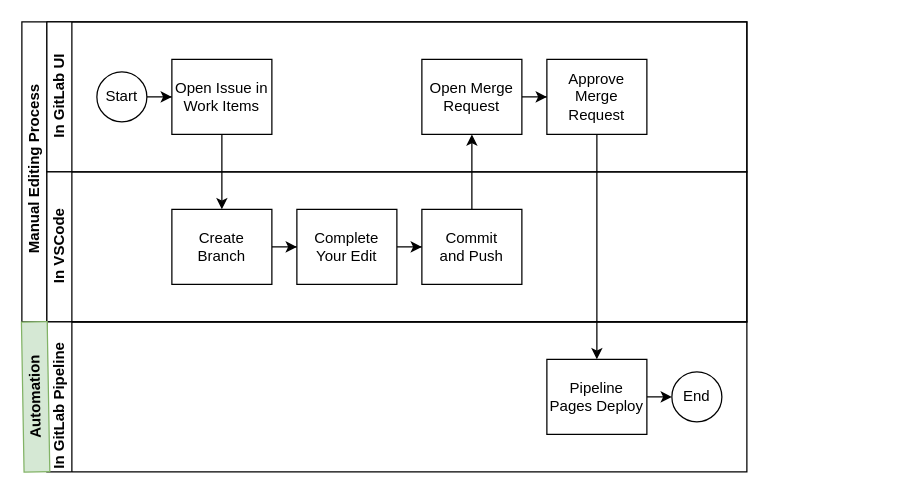
This is tools/documentation-diagrams/edit-process.drawio from buckwem/prodockit-userguide, a draw.io file, before an edit. Source tidied: cells renumbered, new cells numbered last; positions are measured from the earlier drawing's top-left corner, leaving out a move shared by most shapes. Both pictures are drawn from the tidied source at 125%, with x=0, y=0 at pixel (-40, 21).
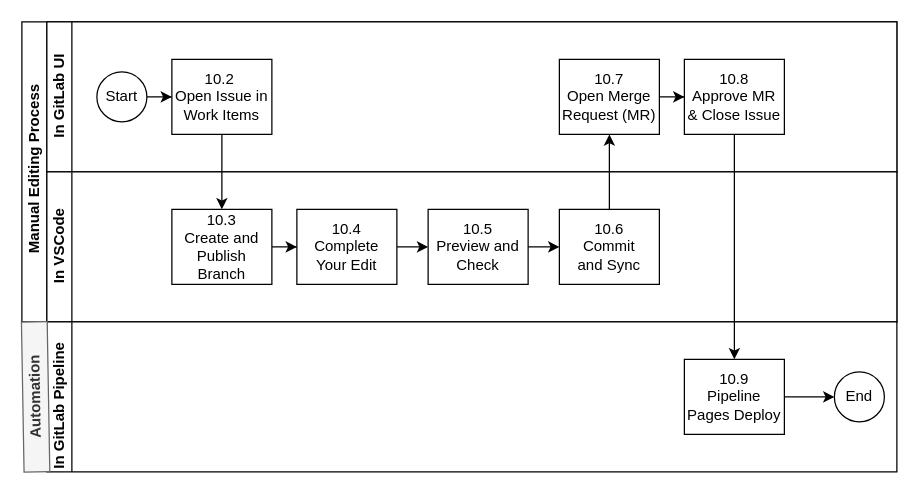
The same diagram, later.

Commit message (it also covers changes not shown here):
Reorganise Edit guide and refresh Figure 10.1 (#241)

Diff of the diagram source:
```diff
@@
     <mxCell id="2" value="&amp;nbsp;Manual Editing Process" style="swimlane;html=1;horizontal=0;startSize=20;fillStyle=solid;" parent="1" vertex="1">
-      <mxGeometry x="49" width="580" height="240" as="geometry" />
+      <mxGeometry x="49" width="700" height="240" as="geometry" />
     </mxCell>
-    <mxCell id="3" value="In GitLab UI" style="swimlane;html=1;startSize=20;horizontal=0;fillStyle=solid;" parent="2" vertex="1">
-      <mxGeometry x="20" width="560" height="120" as="geometry" />
+    <mxCell id="3" value="In GitLab UI" style="swimlane;html=1;startSize=20;horizontal=0;fillStyle=solid;swimlaneFillColor=default;" parent="2" vertex="1">
+      <mxGeometry x="20" width="680" height="120" as="geometry" />
     </mxCell>
@@
-    <mxCell id="6" value="Open Issue in Work Items" style="rounded=0;whiteSpace=wrap;html=1;fontFamily=Helvetica;fontSize=12;fontColor=#000000;align=center;" parent="3" vertex="1">
+    <mxCell id="6" value="10.2&amp;nbsp;&lt;div&gt;Open Issue in Work Items&lt;/div&gt;" style="rounded=0;whiteSpace=wrap;html=1;fontFamily=Helvetica;fontSize=12;fontColor=#000000;align=center;" parent="3" vertex="1">
       <mxGeometry x="100" y="30" width="80" height="60" as="geometry" />
     </mxCell>
@@
-    <mxCell id="8" value="Open Merge Request" style="rounded=0;whiteSpace=wrap;html=1;fontFamily=Helvetica;fontSize=12;fontColor=#000000;align=center;" parent="3" vertex="1">
-      <mxGeometry x="300" y="30" width="80" height="60" as="geometry" />
+    <mxCell id="8" value="10.7&lt;br&gt;Open Merge Request (MR)" style="rounded=0;whiteSpace=wrap;html=1;fontFamily=Helvetica;fontSize=12;fontColor=#000000;align=center;" parent="3" vertex="1">
+      <mxGeometry x="410" y="30" width="80" height="60" as="geometry" />
     </mxCell>
-    <mxCell id="9" value="Approve Merge Request" style="rounded=0;whiteSpace=wrap;html=1;fontFamily=Helvetica;fontSize=12;fontColor=#000000;align=center;" parent="3" vertex="1">
-      <mxGeometry x="400" y="30" width="80" height="60" as="geometry" />
+    <mxCell id="9" value="10.8&lt;br&gt;Approve MR &amp;amp; Close Issue" style="rounded=0;whiteSpace=wrap;html=1;fontFamily=Helvetica;fontSize=12;fontColor=#000000;align=center;" parent="3" vertex="1">
+      <mxGeometry x="510" y="30" width="80" height="60" as="geometry" />
     </mxCell>
-    <mxCell id="10" value="In VSCode" style="swimlane;html=1;startSize=20;horizontal=0;fillStyle=solid;" parent="2" vertex="1">
-      <mxGeometry x="20" y="120" width="560" height="120" as="geometry" />
+    <mxCell id="10" value="In VSCode" style="swimlane;html=1;startSize=20;horizontal=0;fillStyle=solid;swimlaneFillColor=default;" parent="2" vertex="1">
+      <mxGeometry x="20" y="120" width="680" height="120" as="geometry" />
     </mxCell>
@@
-    <mxCell id="12" value="Create&lt;br&gt;Branch" style="rounded=0;whiteSpace=wrap;html=1;fontFamily=Helvetica;fontSize=12;fontColor=#000000;align=center;" parent="10" vertex="1">
+    <mxCell id="12" value="10.3&lt;div&gt;Create and Publish&lt;br&gt;Branch&lt;/div&gt;" style="rounded=0;whiteSpace=wrap;html=1;fontFamily=Helvetica;fontSize=12;fontColor=#000000;align=center;" parent="10" vertex="1">
       <mxGeometry x="100" y="30" width="80" height="60" as="geometry" />
     </mxCell>
-    <mxCell id="13" style="edgeStyle=orthogonalEdgeStyle;rounded=0;jettySize=auto;html=1;exitX=1;exitY=0.5;exitDx=0;exitDy=0;" parent="10" edge="1" source="14" target="15">
-      <mxGeometry relative="1" as="geometry" />
-    </mxCell>
+    <mxCell id="24" style="edgeStyle=none;html=1;entryX=0;entryY=0.5;entryDx=0;entryDy=0;" parent="10" edge="1" source="14" target="26">
+      <mxGeometry relative="1" as="geometry" />
+    </mxCell>
-    <mxCell id="14" value="Complete Your Edit" style="rounded=0;whiteSpace=wrap;html=1;fontFamily=Helvetica;fontSize=12;fontColor=#000000;align=center;" parent="10" vertex="1">
+    <mxCell id="14" value="10.4 Complete Your Edit" style="rounded=0;whiteSpace=wrap;html=1;fontFamily=Helvetica;fontSize=12;fontColor=#000000;align=center;strokeColor=default;verticalAlign=middle;fillColor=default;" parent="10" vertex="1">
       <mxGeometry x="200" y="30" width="80" height="60" as="geometry" />
     </mxCell>
-    <mxCell id="15" value="Commit&lt;br&gt;and Push" style="rounded=0;whiteSpace=wrap;html=1;fontFamily=Helvetica;fontSize=12;fontColor=#000000;align=center;" parent="10" vertex="1">
-      <mxGeometry x="300" y="30" width="80" height="60" as="geometry" />
+    <mxCell id="15" value="10.6&lt;div&gt;Commit&lt;br&gt;and Sync&lt;/div&gt;" style="rounded=0;whiteSpace=wrap;html=1;fontFamily=Helvetica;fontSize=12;fontColor=#000000;align=center;" parent="10" vertex="1">
+      <mxGeometry x="410" y="30" width="80" height="60" as="geometry" />
     </mxCell>
+    <mxCell id="25" style="edgeStyle=none;html=1;" parent="10" edge="1" source="26">
+      <mxGeometry relative="1" as="geometry">
+        <mxPoint x="410" y="60" as="targetPoint" />
+      </mxGeometry>
+    </mxCell>
+    <mxCell id="26" value="10.5&lt;div&gt;Preview and Check&lt;/div&gt;" style="rounded=0;whiteSpace=wrap;html=1;fontFamily=Helvetica;fontSize=12;fontColor=#000000;align=center;strokeColor=default;verticalAlign=middle;fillColor=default;" parent="10" vertex="1">
+      <mxGeometry x="305" y="30" width="80" height="60" as="geometry" />
+    </mxCell>
@@
-    <mxCell id="18" value="In GitLab Pipeline" style="swimlane;html=1;startSize=20;horizontal=0;verticalAlign=middle;align=left;fillStyle=solid;" parent="1" vertex="1">
-      <mxGeometry x="69" y="240" width="560" height="120" as="geometry" />
+    <mxCell id="18" value="In GitLab Pipeline" style="swimlane;html=1;startSize=20;horizontal=0;verticalAlign=middle;align=left;fillStyle=solid;swimlaneFillColor=default;" parent="1" vertex="1">
+      <mxGeometry x="69" y="240" width="680" height="120" as="geometry" />
     </mxCell>
@@
-    <mxCell id="20" value="Pipeline Pages Deploy" style="rounded=0;whiteSpace=wrap;html=1;fontFamily=Helvetica;fontSize=12;fontColor=#000000;align=center;" parent="18" vertex="1">
-      <mxGeometry x="400" y="30" width="80" height="60" as="geometry" />
+    <mxCell id="20" value="10.9&lt;br&gt;Pipeline Pages Deploy" style="rounded=0;whiteSpace=wrap;html=1;fontFamily=Helvetica;fontSize=12;fontColor=#000000;align=center;" parent="18" vertex="1">
+      <mxGeometry x="510" y="30" width="80" height="60" as="geometry" />
     </mxCell>
-    <mxCell id="21" value="Automation" style="rounded=0;whiteSpace=wrap;html=1;rotation=-91;fontStyle=1;fillColor=#d5e8d4;strokeColor=#82b366;" parent="18" vertex="1">
+    <mxCell id="21" value="Automation" style="rounded=0;whiteSpace=wrap;html=1;rotation=-91;fontStyle=1;fillColor=#f5f5f5;strokeColor=#666666;fontColor=#333333;" parent="18" vertex="1">
       <mxGeometry x="-69" y="49.7" width="120" height="20.6" as="geometry" />
     </mxCell>
     <mxCell id="22" value="End" style="ellipse;whiteSpace=wrap;html=1;" parent="18" vertex="1">
-      <mxGeometry x="500" y="40" width="40" height="40" as="geometry" />
+      <mxGeometry x="630" y="40" width="40" height="40" as="geometry" />
     </mxCell>
```
